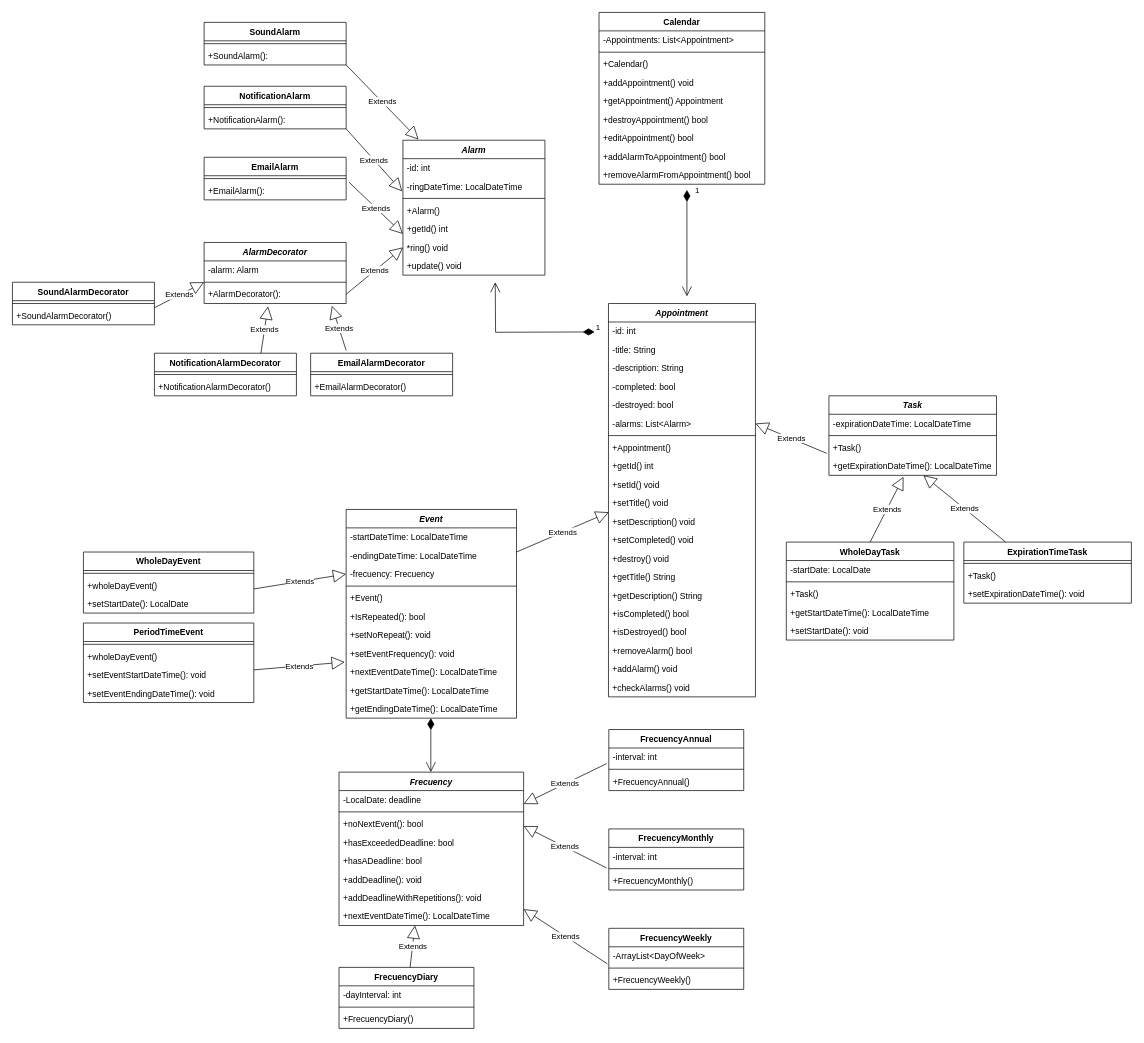
This is doc/UML-Calendar_Class_Diagram.drawio from gmenendez0/Calendar, a draw.io file, before an edit. Source tidied: cells renumbered, new cells numbered last; positions are measured from the earlier drawing's top-left corner, leaving out a move shared by most shapes. Both pictures are drawn from the tidied source at 71%, with x=0, y=0 at pixel (12, 12).
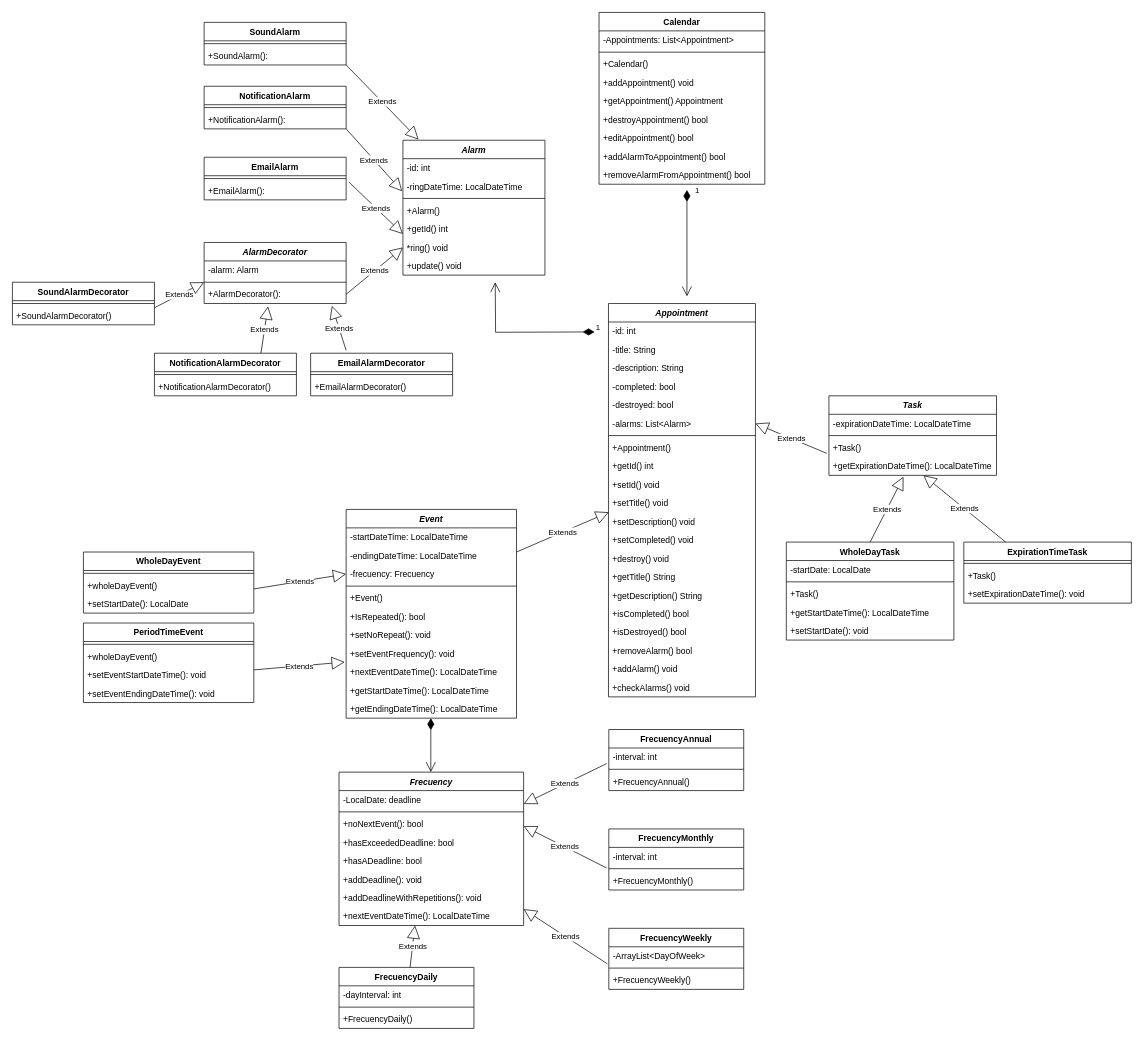
The same page after the edit.

Commit message (it also covers changes not shown here):
-Se corrigen errores de ortografia en los identificadores. -Se quitan todos los usos de Time.Now() en tests de Tasks y Calendar.

What changed in the source:
```diff
@@
-    <mxCell id="73" value="FrecuencyDiary" style="swimlane;fontStyle=1;align=center;verticalAlign=top;horizontal=1;startSize=26;" parent="1" vertex="1">
+    <mxCell id="73" value="FrecuencyDaily&#10;" style="swimlane;fontStyle=1;align=center;verticalAlign=top;horizontal=1;startSize=26;" parent="1" vertex="1">
       <mxGeometry x="460" y="1345" width="190" height="86" as="geometry" />
     </mxCell>
@@
-    <mxCell id="76" value="+FrecuencyDiary()" style="text;strokeColor=none;fillColor=none;align=left;verticalAlign=top;spacingLeft=4;spacingRight=4;overflow=hidden;" parent="73" vertex="1">
+    <mxCell id="76" value="+FrecuencyDaily()" style="text;strokeColor=none;fillColor=none;align=left;verticalAlign=top;spacingLeft=4;spacingRight=4;overflow=hidden;" parent="73" vertex="1">
       <mxGeometry y="60" width="190" height="26" as="geometry" />
     </mxCell>
```
